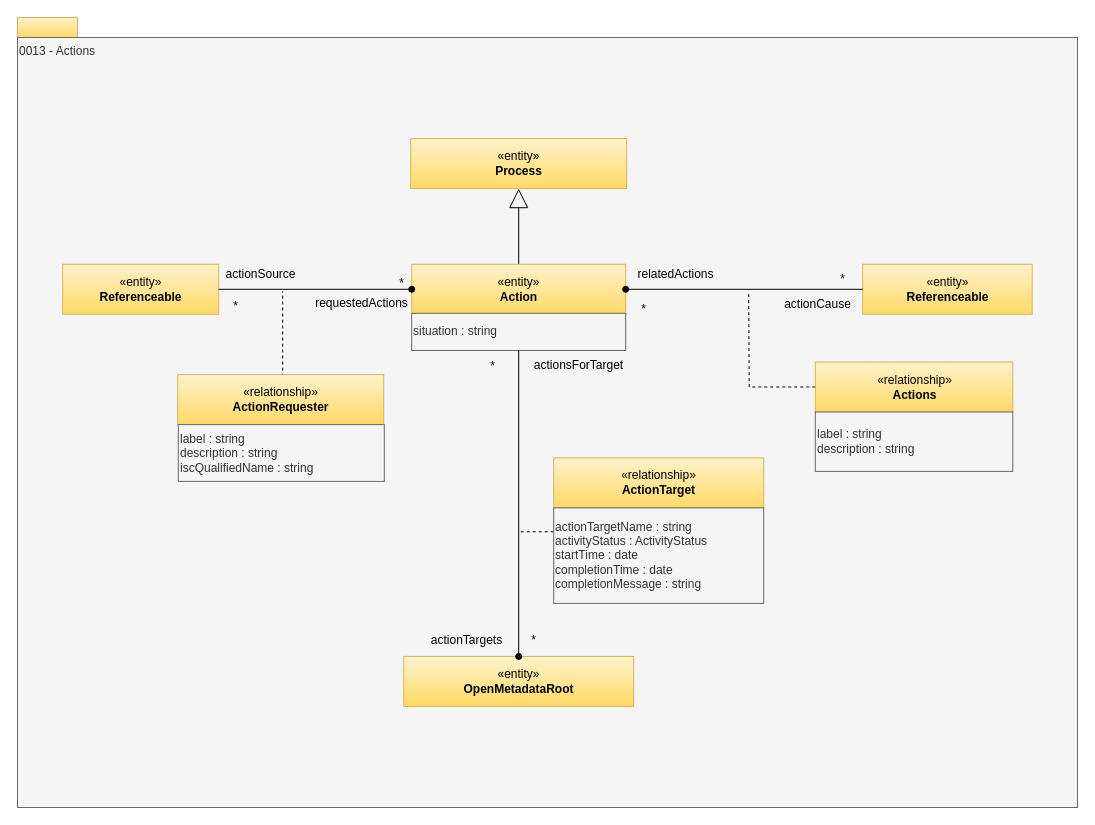
This is page "0013-Actions" (8 of 33) of site/docs/types/0/area-0-basic-types-and-infrastructure.drawio from odpi/egeria-docs, a draw.io file, before an edit. Source tidied: cells renumbered, new cells numbered last; positions are measured from the earlier drawing's top-left corner, leaving out a move shared by most shapes. Both pictures are drawn from the tidied source at 100%, with x=0, y=0 at pixel (17, 17).
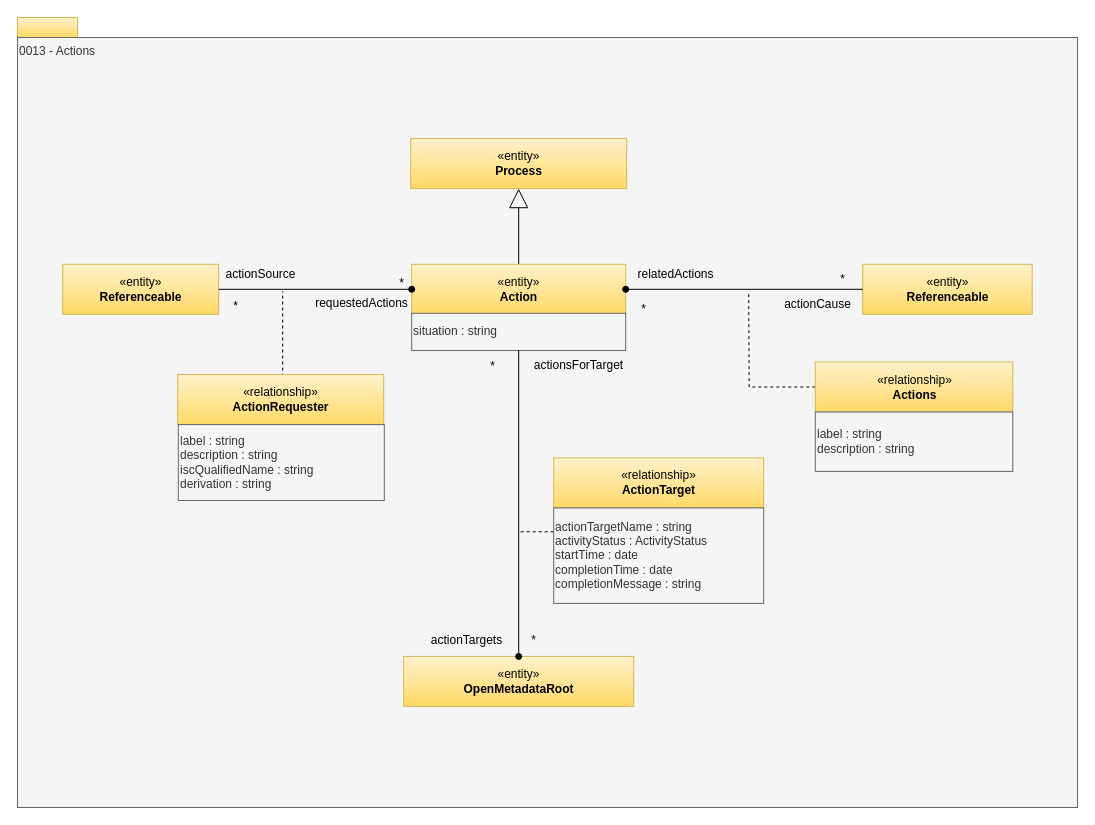
The same page after the edit.

The edit, as a diff of the source:
```diff
@@
-    <mxCell id="10" value="label : string&lt;div&gt;description : string&lt;/div&gt;&lt;div&gt;iscQualifiedName : string&lt;/div&gt;" style="rounded=0;whiteSpace=wrap;html=1;strokeColor=#666666;align=left;fillColor=#f5f5f5;fontColor=#333333;" parent="1" vertex="1">
-      <mxGeometry x="160.8" y="407.1" width="206" height="56.8" as="geometry" />
+    <mxCell id="10" value="label : string&lt;div&gt;description : string&lt;/div&gt;&lt;div&gt;iscQualifiedName : string&lt;/div&gt;&lt;div&gt;derivation : string&lt;/div&gt;" style="rounded=0;whiteSpace=wrap;html=1;strokeColor=#666666;align=left;fillColor=#f5f5f5;fontColor=#333333;" parent="1" vertex="1">
+      <mxGeometry x="160.8" y="407.1" width="206" height="75.9" as="geometry" />
     </mxCell>
```
